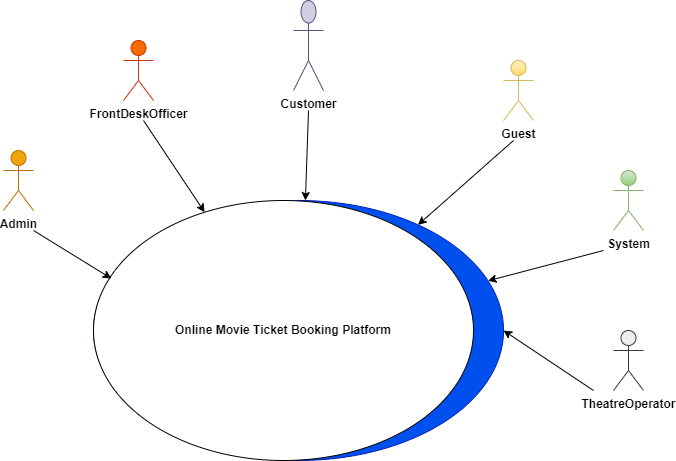
Earlier version of the draw.io export img/sytstemcontextdiagram.png (kumprabhat/movie-ticket-booking-system). Source tidied: cells renumbered, new cells last; positions are measured from the earlier drawing's top-left corner, leaving out a move shared by most shapes.
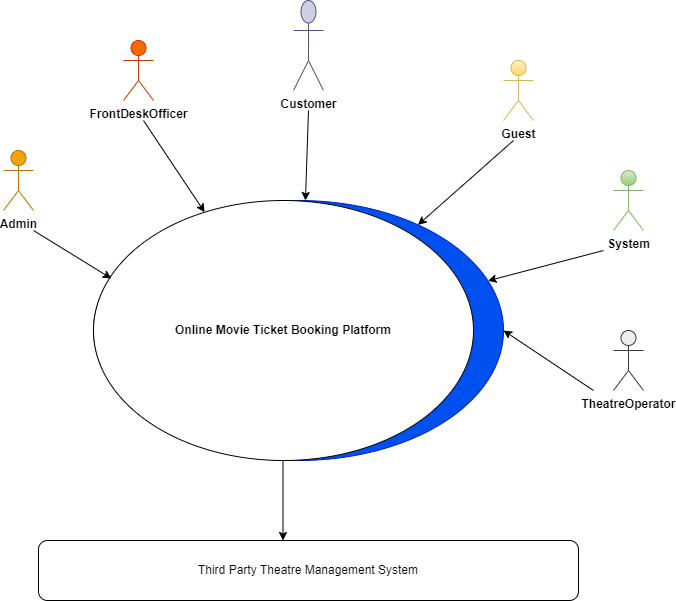
Later version of the same file.

What changed in the source:
```diff
@@ -58,5 +58,14 @@
         <mxPoint x="500" y="330" as="targetPoint" />
       </mxGeometry>
     </mxCell>
+    <mxCell id="16" value="Third Party Theatre Management System" style="rounded=1;whiteSpace=wrap;html=1;" parent="1" vertex="1">
+      <mxGeometry x="35" y="540" width="540" height="60" as="geometry" />
+    </mxCell>
+    <mxCell id="17" style="endArrow=classic;html=1;rounded=0;" parent="1" edge="1">
+      <mxGeometry relative="1" as="geometry">
+        <mxPoint x="279.5" y="460" as="sourcePoint" />
+        <mxPoint x="279.5" y="540" as="targetPoint" />
+      </mxGeometry>
+    </mxCell>
   </root>
 </mxGraphModel>
```
